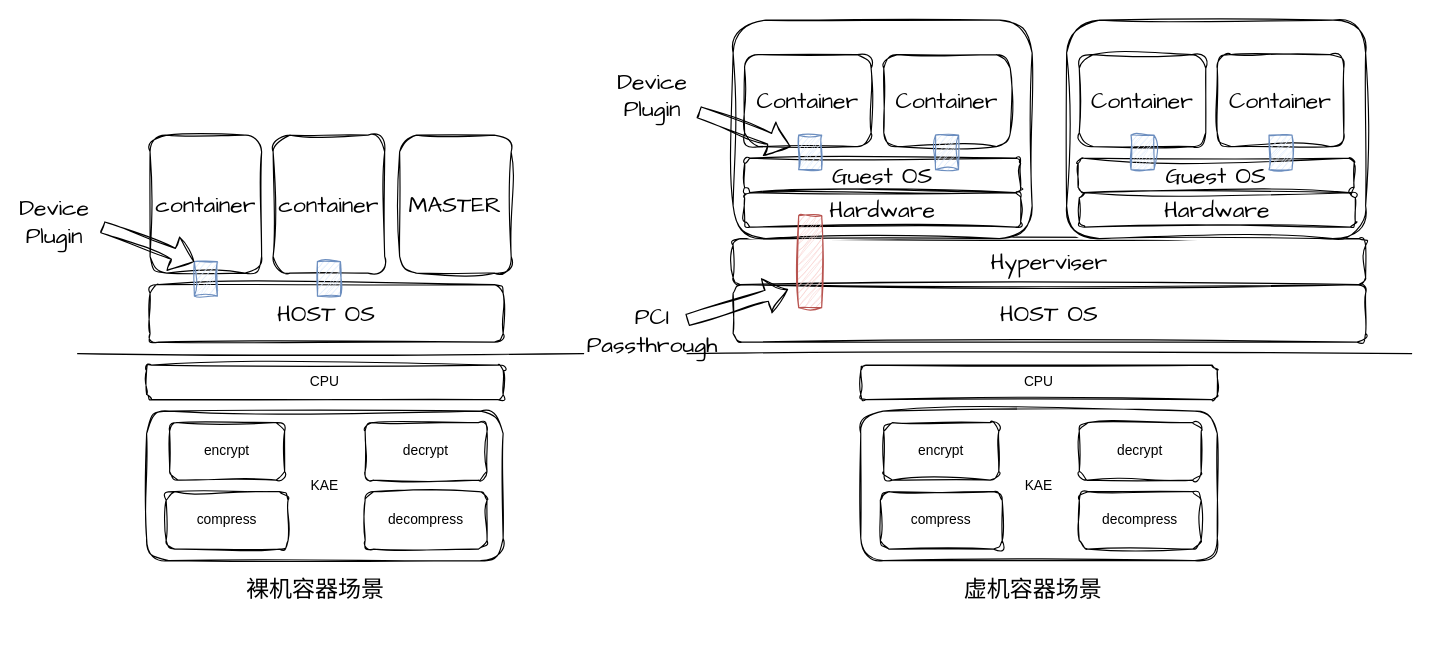
Earlier version of the draw.io diagram images/设备驱动方案（裸机&虚机）.drawio (ji92/markdown_picture). Source tidied: cells renumbered, new cells numbered last; positions are measured from the earlier drawing's top-left corner, leaving out a move shared by most shapes. Both pictures are drawn from the tidied source at 115%, with x=0, y=0 at pixel (20, 20).
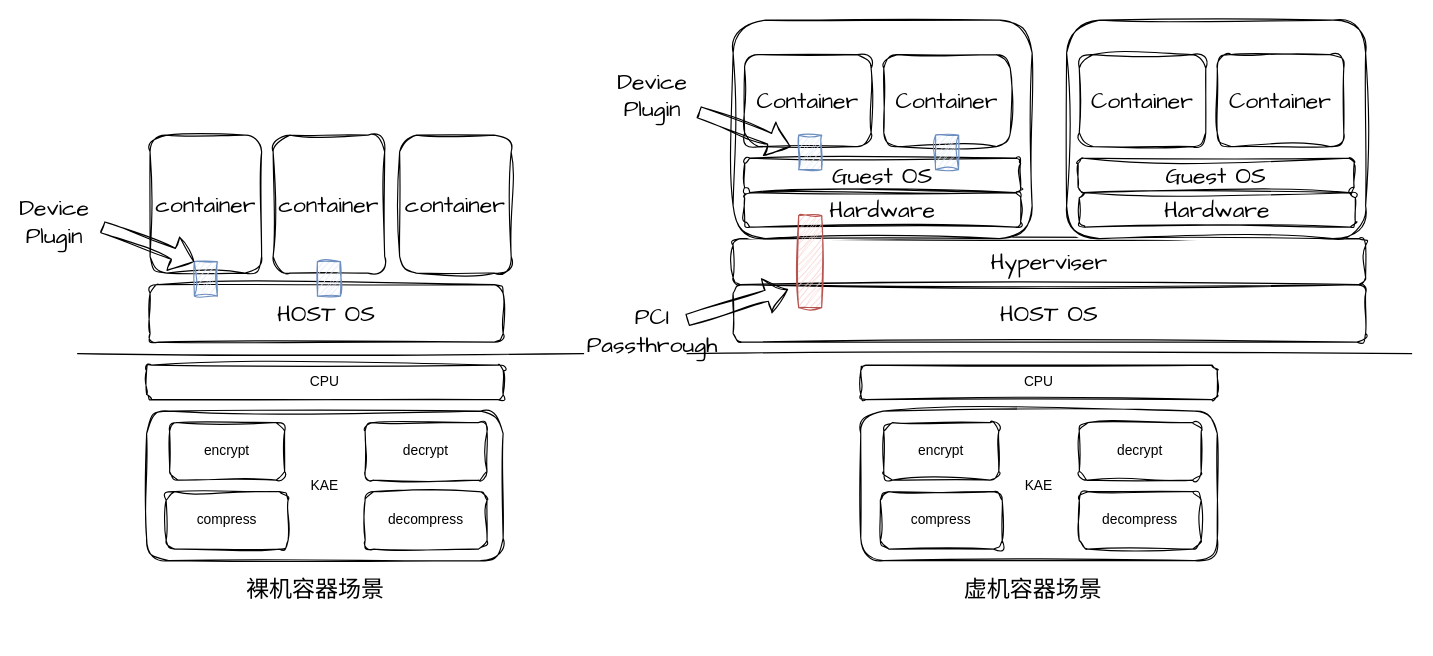
The same diagram, later.

Commit message (it also covers changes not shown here):
更新设备驱动方案（裸机&虚机）.drawio

Diff of the diagram source:
```diff
@@
-    <mxCell id="12" value="MASTER" style="rounded=1;whiteSpace=wrap;html=1;sketch=1;hachureGap=4;jiggle=2;curveFitting=1;fontFamily=Architects Daughter;fontSize=20;" parent="1" vertex="1">
+    <mxCell id="12" value="container" style="rounded=1;whiteSpace=wrap;html=1;sketch=1;hachureGap=4;jiggle=2;curveFitting=1;fontFamily=Architects Daughter;fontSize=20;" parent="1" vertex="1">
       <mxGeometry x="330" y="100" width="97" height="120" as="geometry" />
     </mxCell>
@@
-    <mxCell id="38" style="rounded=0;whiteSpace=wrap;html=1;sketch=1;hachureGap=4;jiggle=2;curveFitting=1;fontFamily=Architects Daughter;fontSize=20;fillColor=#dae8fc;strokeColor=#6c8ebf;" parent="1" vertex="1">
-      <mxGeometry x="966" y="100" width="20" height="30" as="geometry" />
-    </mxCell>
-    <mxCell id="39" style="rounded=0;whiteSpace=wrap;html=1;sketch=1;hachureGap=4;jiggle=2;curveFitting=1;fontFamily=Architects Daughter;fontSize=20;fillColor=#dae8fc;strokeColor=#6c8ebf;" parent="1" vertex="1">
-      <mxGeometry x="1086" y="100" width="20" height="30" as="geometry" />
-    </mxCell>
```
